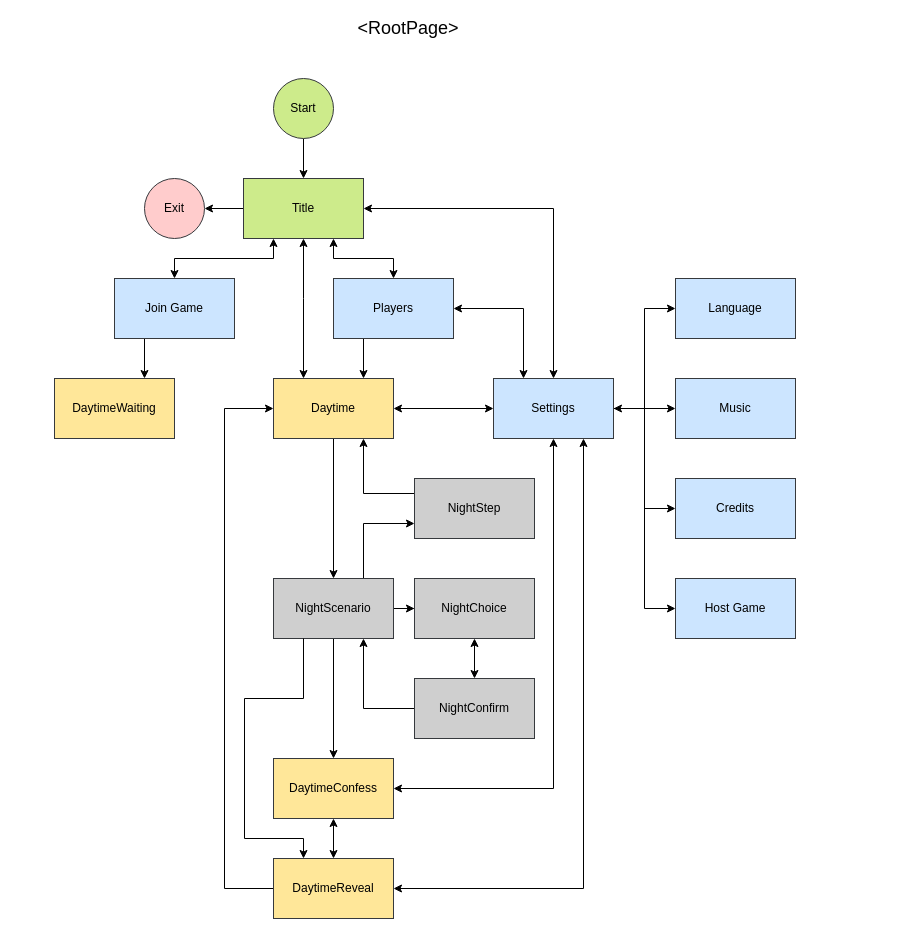
ruittenb/salem-1692 keeps this draw.io diagram as doc/Salem1692Moderator.drawio. Above is the earlier version. Source tidied: cells renumbered, new cells numbered last; positions are measured from the earlier drawing's top-left corner, leaving out a move shared by most shapes. Both pictures are drawn from the tidied source at 100%, with x=0, y=0 at pixel (54, 18).
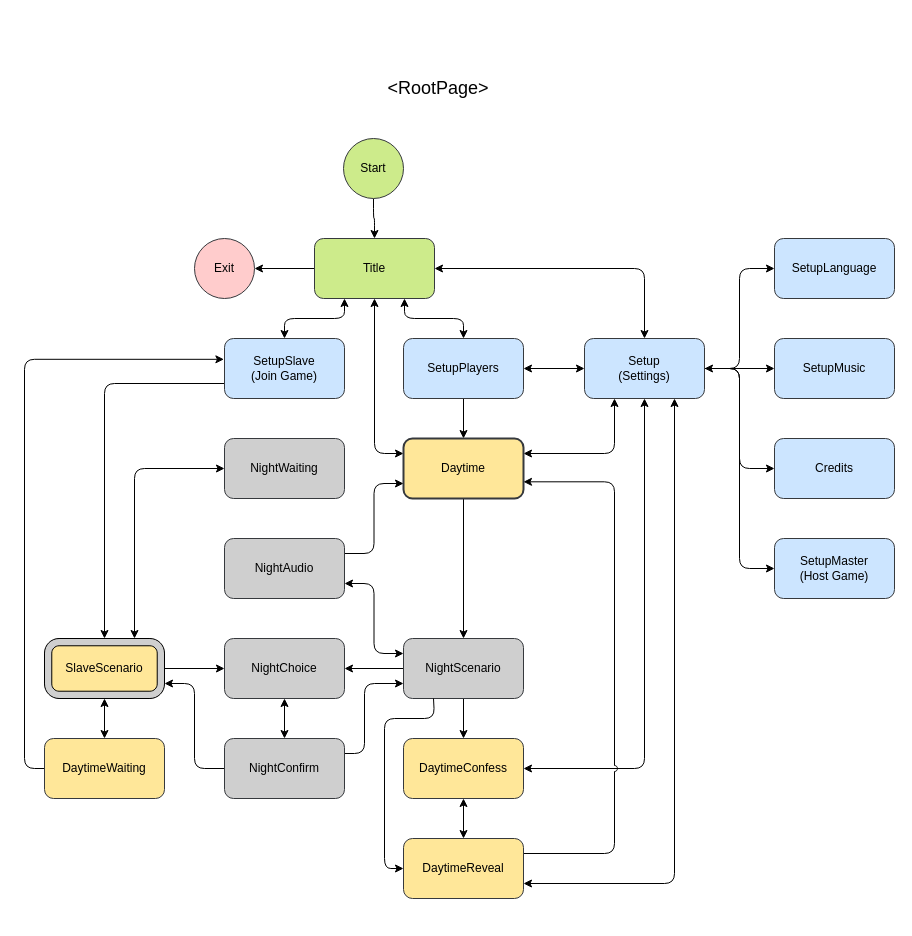
The same page after the edit.

Commit message (it also covers changes not shown here):
Updated page diagram

Change to the diagram source:
```diff
@@
-    <mxCell id="2" style="edgeStyle=orthogonalEdgeStyle;rounded=0;jettySize=auto;html=1;startArrow=classic;startFill=1;" parent="1" edge="1" source="7" target="13">
+    <mxCell id="2" style="edgeStyle=orthogonalEdgeStyle;jettySize=auto;html=1;startArrow=classic;startFill=1;" parent="1" edge="1" source="7" target="13">
       <mxGeometry relative="1" as="geometry" />
     </mxCell>
-    <mxCell id="3" style="edgeStyle=orthogonalEdgeStyle;rounded=0;jettySize=auto;html=1;" parent="1" edge="1" source="7" target="14">
+    <mxCell id="3" style="edgeStyle=orthogonalEdgeStyle;jettySize=auto;html=1;" parent="1" edge="1" source="7" target="14">
       <mxGeometry relative="1" as="geometry" />
     </mxCell>
-    <mxCell id="4" style="edgeStyle=orthogonalEdgeStyle;rounded=0;jettySize=auto;html=1;exitX=0.5;exitY=1;exitDx=0;exitDy=0;entryX=0.25;entryY=0;entryDx=0;entryDy=0;startArrow=classic;startFill=1;" parent="1" edge="1" source="7" target="25">
-      <mxGeometry relative="1" as="geometry">
-        <Array as="points">
-          <mxPoint x="249" y="280" />
-          <mxPoint x="249" y="280" />
-        </Array>
-      </mxGeometry>
-    </mxCell>
-    <mxCell id="5" style="edgeStyle=orthogonalEdgeStyle;rounded=0;jettySize=auto;html=1;entryX=0.5;entryY=0;entryDx=0;entryDy=0;exitX=0.75;exitY=1;exitDx=0;exitDy=0;startArrow=classic;startFill=1;" parent="1" edge="1" source="7" target="18">
+    <mxCell id="5" style="edgeStyle=orthogonalEdgeStyle;jettySize=auto;html=1;entryX=0.5;entryY=0;entryDx=0;entryDy=0;exitX=0.75;exitY=1;exitDx=0;exitDy=0;startArrow=classic;startFill=1;" parent="1" edge="1" source="7" target="18">
       <mxGeometry relative="1" as="geometry" />
     </mxCell>
-    <mxCell id="6" style="edgeStyle=orthogonalEdgeStyle;rounded=0;jettySize=auto;html=1;exitX=0.25;exitY=1;exitDx=0;exitDy=0;entryX=0.5;entryY=0;entryDx=0;entryDy=0;startArrow=classic;startFill=1;" parent="1" edge="1" source="7" target="44">
+    <mxCell id="6" style="edgeStyle=orthogonalEdgeStyle;jettySize=auto;html=1;exitX=0.25;exitY=1;exitDx=0;exitDy=0;entryX=0.5;entryY=0;entryDx=0;entryDy=0;startArrow=classic;startFill=1;" parent="1" edge="1" source="7" target="44">
       <mxGeometry relative="1" as="geometry" />
     </mxCell>
+    <mxCell id="4" style="edgeStyle=orthogonalEdgeStyle;comic=0;jumpStyle=arc;jettySize=auto;html=1;entryX=0;entryY=0.25;entryDx=0;entryDy=0;exitX=0.5;exitY=1;exitDx=0;exitDy=0;startArrow=classic;startFill=1;" parent="1" edge="1" source="7" target="25">
+      <mxGeometry relative="1" as="geometry" />
+    </mxCell>
-    <mxCell id="7" value="Title" style="rounded=0;whiteSpace=wrap;html=1;fillColor=#cdeb8b;strokeColor=#36393d;" parent="1" vertex="1">
-      <mxGeometry x="189" y="160" width="120" height="60" as="geometry" />
+    <mxCell id="7" value="Title" style="whiteSpace=wrap;html=1;fillColor=#cdeb8b;strokeColor=#36393d;rounded=1;" parent="1" vertex="1">
+      <mxGeometry x="260" y="220" width="120" height="60" as="geometry" />
     </mxCell>
-    <mxCell id="8" style="edgeStyle=orthogonalEdgeStyle;rounded=0;jettySize=auto;html=1;entryX=1;entryY=0.5;entryDx=0;entryDy=0;exitX=0.25;exitY=0;exitDx=0;exitDy=0;startArrow=classic;startFill=1;" parent="1" edge="1" source="13" target="18">
+    <mxCell id="8" style="edgeStyle=orthogonalEdgeStyle;jettySize=auto;html=1;entryX=1;entryY=0.5;entryDx=0;entryDy=0;exitX=0;exitY=0.5;exitDx=0;exitDy=0;startArrow=classic;startFill=1;" parent="1" edge="1" source="13" target="18">
       <mxGeometry relative="1" as="geometry" />
     </mxCell>
-    <mxCell id="9" style="edgeStyle=orthogonalEdgeStyle;rounded=0;jettySize=auto;html=1;entryX=0;entryY=0.5;entryDx=0;entryDy=0;" parent="1" edge="1" source="13" target="19">
+    <mxCell id="9" style="edgeStyle=orthogonalEdgeStyle;jettySize=auto;html=1;entryX=0;entryY=0.5;entryDx=0;entryDy=0;" parent="1" edge="1" source="13" target="19">
       <mxGeometry relative="1" as="geometry" />
     </mxCell>
-    <mxCell id="10" style="edgeStyle=orthogonalEdgeStyle;rounded=0;jettySize=auto;html=1;startArrow=classic;startFill=1;" parent="1" edge="1" source="13" target="20">
+    <mxCell id="10" style="edgeStyle=orthogonalEdgeStyle;jettySize=auto;html=1;startArrow=classic;startFill=1;" parent="1" edge="1" source="13" target="20">
       <mxGeometry relative="1" as="geometry" />
     </mxCell>
-    <mxCell id="11" style="edgeStyle=orthogonalEdgeStyle;rounded=0;jettySize=auto;html=1;entryX=0;entryY=0.5;entryDx=0;entryDy=0;" parent="1" edge="1" source="13" target="21">
+    <mxCell id="11" style="edgeStyle=orthogonalEdgeStyle;jettySize=auto;html=1;entryX=0;entryY=0.5;entryDx=0;entryDy=0;" parent="1" edge="1" source="13" target="21">
       <mxGeometry relative="1" as="geometry" />
     </mxCell>
-    <mxCell id="12" style="edgeStyle=orthogonalEdgeStyle;rounded=0;jettySize=auto;html=1;entryX=0;entryY=0.5;entryDx=0;entryDy=0;" parent="1" edge="1" source="13" target="22">
+    <mxCell id="12" style="edgeStyle=orthogonalEdgeStyle;jettySize=auto;html=1;entryX=0;entryY=0.5;entryDx=0;entryDy=0;" parent="1" edge="1" source="13" target="22">
       <mxGeometry relative="1" as="geometry" />
     </mxCell>
-    <mxCell id="13" value="Settings" style="rounded=0;whiteSpace=wrap;html=1;fillColor=#cce5ff;strokeColor=#36393d;" parent="1" vertex="1">
-      <mxGeometry x="439" y="360" width="120" height="60" as="geometry" />
+    <mxCell id="13" value="Setup&lt;br&gt;(Settings)" style="whiteSpace=wrap;html=1;fillColor=#cce5ff;strokeColor=#36393d;rounded=1;" parent="1" vertex="1">
+      <mxGeometry x="530" y="320" width="120" height="60" as="geometry" />
     </mxCell>
-    <mxCell id="14" value="Exit" style="ellipse;whiteSpace=wrap;html=1;rounded=0;fillColor=#ffcccc;strokeColor=#36393d;" parent="1" vertex="1">
-      <mxGeometry x="90" y="160" width="60" height="60" as="geometry" />
+    <mxCell id="14" value="Exit" style="ellipse;whiteSpace=wrap;html=1;fillColor=#ffcccc;strokeColor=#36393d;rounded=1;" parent="1" vertex="1">
+      <mxGeometry x="140" y="220" width="60" height="60" as="geometry" />
     </mxCell>
-    <mxCell id="15" style="edgeStyle=orthogonalEdgeStyle;rounded=0;jettySize=auto;html=1;" parent="1" edge="1" source="16" target="7">
+    <mxCell id="15" style="edgeStyle=orthogonalEdgeStyle;jettySize=auto;html=1;" parent="1" edge="1" source="16" target="7">
       <mxGeometry relative="1" as="geometry" />
     </mxCell>
-    <mxCell id="16" value="Start" style="ellipse;whiteSpace=wrap;html=1;rounded=0;fillColor=#cdeb8b;strokeColor=#36393d;" parent="1" vertex="1">
-      <mxGeometry x="219" y="60" width="60" height="60" as="geometry" />
+    <mxCell id="16" value="Start" style="ellipse;whiteSpace=wrap;html=1;fillColor=#cdeb8b;strokeColor=#36393d;rounded=1;" parent="1" vertex="1">
+      <mxGeometry x="289" y="120" width="60" height="60" as="geometry" />
     </mxCell>
-    <mxCell id="17" style="edgeStyle=orthogonalEdgeStyle;rounded=0;jettySize=auto;html=1;entryX=0.75;entryY=0;entryDx=0;entryDy=0;exitX=0.25;exitY=1;exitDx=0;exitDy=0;" parent="1" edge="1" source="18" target="25">
+    <mxCell id="17" style="jettySize=auto;html=1;entryX=0.5;entryY=0;entryDx=0;entryDy=0;exitX=0.5;exitY=1;exitDx=0;exitDy=0;edgeStyle=orthogonalEdgeStyle;" parent="1" edge="1" source="18" target="25">
       <mxGeometry relative="1" as="geometry" />
     </mxCell>
-    <mxCell id="18" value="Players" style="rounded=0;whiteSpace=wrap;html=1;fillColor=#cce5ff;strokeColor=#36393d;" parent="1" vertex="1">
-      <mxGeometry x="279" y="260" width="120" height="60" as="geometry" />
+    <mxCell id="18" value="SetupPlayers" style="whiteSpace=wrap;html=1;fillColor=#cce5ff;strokeColor=#36393d;rounded=1;" parent="1" vertex="1">
+      <mxGeometry x="349" y="320" width="120" height="60" as="geometry" />
     </mxCell>
-    <mxCell id="19" value="Language" style="rounded=0;whiteSpace=wrap;html=1;fillColor=#cce5ff;strokeColor=#36393d;" parent="1" vertex="1">
-      <mxGeometry x="621" y="260" width="120" height="60" as="geometry" />
+    <mxCell id="19" value="SetupLanguage" style="whiteSpace=wrap;html=1;fillColor=#cce5ff;strokeColor=#36393d;rounded=1;" parent="1" vertex="1">
+      <mxGeometry x="720" y="220" width="120" height="60" as="geometry" />
     </mxCell>
-    <mxCell id="20" value="Music" style="rounded=0;whiteSpace=wrap;html=1;fillColor=#cce5ff;strokeColor=#36393d;" parent="1" vertex="1">
-      <mxGeometry x="621" y="360" width="120" height="60" as="geometry" />
+    <mxCell id="20" value="SetupMusic" style="whiteSpace=wrap;html=1;fillColor=#cce5ff;strokeColor=#36393d;rounded=1;" parent="1" vertex="1">
+      <mxGeometry x="720" y="320" width="120" height="60" as="geometry" />
     </mxCell>
-    <mxCell id="21" value="Credits" style="rounded=0;whiteSpace=wrap;html=1;fillColor=#cce5ff;strokeColor=#36393d;" parent="1" vertex="1">
-      <mxGeometry x="621" y="460" width="120" height="60" as="geometry" />
+    <mxCell id="21" value="Credits" style="whiteSpace=wrap;html=1;fillColor=#cce5ff;strokeColor=#36393d;rounded=1;" parent="1" vertex="1">
+      <mxGeometry x="720" y="420" width="120" height="60" as="geometry" />
     </mxCell>
-    <mxCell id="22" value="Host Game" style="rounded=0;whiteSpace=wrap;html=1;fillColor=#cce5ff;strokeColor=#36393d;" parent="1" vertex="1">
-      <mxGeometry x="621" y="560" width="120" height="60" as="geometry" />
+    <mxCell id="22" value="SetupMaster&lt;br&gt;(Host Game)" style="whiteSpace=wrap;html=1;fillColor=#cce5ff;strokeColor=#36393d;rounded=1;" parent="1" vertex="1">
+      <mxGeometry x="720" y="520" width="120" height="60" as="geometry" />
     </mxCell>
-    <mxCell id="23" style="edgeStyle=orthogonalEdgeStyle;rounded=0;jettySize=auto;html=1;entryX=0;entryY=0.5;entryDx=0;entryDy=0;startArrow=classic;startFill=1;" parent="1" edge="1" source="25" target="13">
+    <mxCell id="23" style="edgeStyle=orthogonalEdgeStyle;jettySize=auto;html=1;entryX=0.25;entryY=1;entryDx=0;entryDy=0;startArrow=classic;startFill=1;exitX=1;exitY=0.25;exitDx=0;exitDy=0;" parent="1" edge="1" source="25" target="13">
       <mxGeometry relative="1" as="geometry" />
     </mxCell>
-    <mxCell id="24" style="edgeStyle=orthogonalEdgeStyle;rounded=0;jettySize=auto;html=1;startArrow=none;startFill=0;" parent="1" edge="1" source="25" target="31">
+    <mxCell id="24" style="edgeStyle=orthogonalEdgeStyle;jettySize=auto;html=1;startArrow=none;startFill=0;" parent="1" edge="1" source="25" target="31">
       <mxGeometry relative="1" as="geometry" />
     </mxCell>
-    <mxCell id="25" value="Daytime" style="rounded=0;whiteSpace=wrap;html=1;strokeColor=#36393d;fillColor=#FFE799;" parent="1" vertex="1">
-      <mxGeometry x="219" y="360" width="120" height="60" as="geometry" />
+    <mxCell id="25" value="Daytime" style="whiteSpace=wrap;html=1;strokeColor=#36393d;fillColor=#FFE799;strokeWidth=2;perimeterSpacing=0;rounded=1;" parent="1" vertex="1">
+      <mxGeometry x="349" y="420" width="120" height="60" as="geometry" />
     </mxCell>
-    <mxCell id="26" value="&amp;lt;RootPage&amp;gt;" style="text;html=1;strokeColor=none;fillColor=none;align=center;verticalAlign=middle;whiteSpace=wrap;rounded=0;fontSize=18;" parent="1" vertex="1">
-      <mxGeometry x="334" width="40" height="20" as="geometry" />
+    <mxCell id="26" value="&amp;lt;RootPage&amp;gt;" style="text;html=1;strokeColor=none;fillColor=none;align=center;verticalAlign=middle;whiteSpace=wrap;fontSize=18;rounded=1;" parent="1" vertex="1">
+      <mxGeometry x="364" y="60" width="40" height="20" as="geometry" />
     </mxCell>
-    <mxCell id="27" style="edgeStyle=orthogonalEdgeStyle;rounded=0;jettySize=auto;html=1;startArrow=none;startFill=0;" parent="1" edge="1" source="31" target="39">
+    <mxCell id="27" style="edgeStyle=orthogonalEdgeStyle;jettySize=auto;html=1;startArrow=none;startFill=0;" parent="1" edge="1" source="31" target="39">
       <mxGeometry relative="1" as="geometry" />
     </mxCell>
-    <mxCell id="28" style="edgeStyle=orthogonalEdgeStyle;rounded=0;jettySize=auto;html=1;exitX=0.75;exitY=0;exitDx=0;exitDy=0;entryX=0;entryY=0.75;entryDx=0;entryDy=0;startArrow=none;startFill=0;" parent="1" edge="1" source="31" target="34">
-      <mxGeometry relative="1" as="geometry" />
-    </mxCell>
-    <mxCell id="29" style="edgeStyle=orthogonalEdgeStyle;rounded=0;jettySize=auto;html=1;exitX=0.75;exitY=1;exitDx=0;exitDy=0;entryX=0;entryY=0.5;entryDx=0;entryDy=0;startArrow=classic;startFill=1;endArrow=none;endFill=0;" parent="1" edge="1" source="31" target="45">
-      <mxGeometry relative="1" as="geometry" />
-    </mxCell>
-    <mxCell id="30" style="edgeStyle=orthogonalEdgeStyle;rounded=0;jettySize=auto;html=1;entryX=0;entryY=0.5;entryDx=0;entryDy=0;startArrow=none;startFill=0;" parent="1" edge="1" source="31" target="36">
+    <mxCell id="30" style="edgeStyle=orthogonalEdgeStyle;jettySize=auto;html=1;entryX=1;entryY=0.5;entryDx=0;entryDy=0;startArrow=none;startFill=0;jumpStyle=arc;exitX=0;exitY=0.5;exitDx=0;exitDy=0;" parent="1" edge="1" source="31" target="36">
       <mxGeometry relative="1" as="geometry" />
     </mxCell>
-    <mxCell id="31" value="NightScenario" style="rounded=0;whiteSpace=wrap;html=1;strokeColor=#36393d;fillColor=#CFCFCF;" parent="1" vertex="1">
-      <mxGeometry x="219" y="560" width="120" height="60" as="geometry" />
+    <mxCell id="31" value="NightScenario" style="whiteSpace=wrap;html=1;strokeColor=#36393d;fillColor=#CFCFCF;perimeterSpacing=0;rounded=1;" parent="1" vertex="1">
+      <mxGeometry x="349" y="620" width="120" height="60" as="geometry" />
     </mxCell>
-    <mxCell id="32" style="edgeStyle=orthogonalEdgeStyle;rounded=0;jettySize=auto;html=1;exitX=0.25;exitY=1;exitDx=0;exitDy=0;entryX=0.25;entryY=0;entryDx=0;entryDy=0;" parent="1" edge="1" source="31" target="42">
+    <mxCell id="32" style="edgeStyle=orthogonalEdgeStyle;jettySize=auto;html=1;exitX=0.25;exitY=1;exitDx=0;exitDy=0;jumpStyle=arc;noJump=0;comic=0;entryX=0;entryY=0.5;entryDx=0;entryDy=0;" parent="1" edge="1" source="31" target="42">
       <mxGeometry relative="1" as="geometry">
         <Array as="points">
-          <mxPoint x="249" y="680" />
-          <mxPoint x="190" y="680" />
-          <mxPoint x="190" y="820" />
-          <mxPoint x="249" y="820" />
+          <mxPoint x="380" y="680" />
+          <mxPoint x="380" y="700" />
+          <mxPoint x="330" y="700" />
+          <mxPoint x="330" y="850" />
         </Array>
       </mxGeometry>
     </mxCell>
-    <mxCell id="33" style="edgeStyle=orthogonalEdgeStyle;rounded=0;jettySize=auto;html=1;exitX=0;exitY=0.25;exitDx=0;exitDy=0;entryX=0.75;entryY=1;entryDx=0;entryDy=0;startArrow=none;startFill=0;" parent="1" edge="1" source="34" target="25">
+    <mxCell id="33" style="edgeStyle=orthogonalEdgeStyle;jettySize=auto;html=1;exitX=1;exitY=0.25;exitDx=0;exitDy=0;entryX=0;entryY=0.75;entryDx=0;entryDy=0;startArrow=none;startFill=0;" parent="1" edge="1" source="34" target="25">
       <mxGeometry relative="1" as="geometry" />
     </mxCell>
+    <mxCell id="47" style="edgeStyle=orthogonalEdgeStyle;comic=0;jumpStyle=arc;jettySize=auto;html=1;entryX=0;entryY=0.25;entryDx=0;entryDy=0;startArrow=classic;startFill=1;startSize=6;exitX=1;exitY=0.75;exitDx=0;exitDy=0;" parent="1" edge="1" source="34" target="31">
+      <mxGeometry relative="1" as="geometry" />
+    </mxCell>
-    <mxCell id="34" value="NightStep" style="rounded=0;whiteSpace=wrap;html=1;strokeColor=#36393d;fillColor=#CFCFCF;" parent="1" vertex="1">
-      <mxGeometry x="360" y="460" width="120" height="60" as="geometry" />
+    <mxCell id="34" value="NightAudio" style="whiteSpace=wrap;html=1;strokeColor=#36393d;fillColor=#CFCFCF;rounded=1;" parent="1" vertex="1">
+      <mxGeometry x="170" y="520" width="120" height="60" as="geometry" />
     </mxCell>
-    <mxCell id="35" style="edgeStyle=orthogonalEdgeStyle;rounded=0;jettySize=auto;html=1;startArrow=classic;startFill=1;" parent="1" edge="1" source="36" target="45">
+    <mxCell id="35" style="edgeStyle=orthogonalEdgeStyle;jettySize=auto;html=1;startArrow=classic;startFill=1;" parent="1" edge="1" source="36" target="45">
       <mxGeometry relative="1" as="geometry" />
     </mxCell>
-    <mxCell id="36" value="NightChoice" style="rounded=0;whiteSpace=wrap;html=1;strokeColor=#36393d;fillColor=#CFCFCF;" parent="1" vertex="1">
-      <mxGeometry x="360" y="560" width="120" height="60" as="geometry" />
+    <mxCell id="36" value="NightChoice" style="whiteSpace=wrap;html=1;strokeColor=#36393d;fillColor=#CFCFCF;rounded=1;" parent="1" vertex="1">
+      <mxGeometry x="170" y="620" width="120" height="60" as="geometry" />
     </mxCell>
-    <mxCell id="37" style="edgeStyle=orthogonalEdgeStyle;rounded=0;jettySize=auto;html=1;startArrow=classic;startFill=1;" parent="1" edge="1" source="39" target="42">
+    <mxCell id="37" style="edgeStyle=orthogonalEdgeStyle;jettySize=auto;html=1;startArrow=classic;startFill=1;" parent="1" edge="1" source="39" target="42">
       <mxGeometry relative="1" as="geometry" />
     </mxCell>
-    <mxCell id="38" style="edgeStyle=orthogonalEdgeStyle;rounded=0;jettySize=auto;html=1;startArrow=classic;startFill=1;" parent="1" edge="1" source="39" target="13">
+    <mxCell id="38" style="edgeStyle=orthogonalEdgeStyle;jettySize=auto;html=1;startArrow=classic;startFill=1;jumpStyle=arc;" parent="1" edge="1" source="39" target="13">
       <mxGeometry relative="1" as="geometry" />
     </mxCell>
-    <mxCell id="39" value="DaytimeConfess" style="rounded=0;whiteSpace=wrap;html=1;strokeColor=#36393d;fillColor=#FFE799;" parent="1" vertex="1">
-      <mxGeometry x="219" y="740" width="120" height="60" as="geometry" />
+    <mxCell id="39" value="DaytimeConfess" style="whiteSpace=wrap;html=1;strokeColor=#36393d;fillColor=#FFE799;rounded=1;" parent="1" vertex="1">
+      <mxGeometry x="349" y="720" width="120" height="60" as="geometry" />
     </mxCell>
-    <mxCell id="40" style="edgeStyle=orthogonalEdgeStyle;rounded=0;jettySize=auto;html=1;entryX=0.75;entryY=1;entryDx=0;entryDy=0;startArrow=classic;startFill=1;" parent="1" edge="1" source="42" target="13">
+    <mxCell id="40" style="edgeStyle=orthogonalEdgeStyle;jettySize=auto;html=1;entryX=0.75;entryY=1;entryDx=0;entryDy=0;startArrow=classic;startFill=1;exitX=1;exitY=0.75;exitDx=0;exitDy=0;" parent="1" edge="1" source="42" target="13">
       <mxGeometry relative="1" as="geometry" />
     </mxCell>
-    <mxCell id="41" style="edgeStyle=orthogonalEdgeStyle;rounded=0;jettySize=auto;html=1;entryX=0;entryY=0.5;entryDx=0;entryDy=0;exitX=0;exitY=0.5;exitDx=0;exitDy=0;" parent="1" edge="1" source="42" target="25">
+    <mxCell id="41" style="edgeStyle=orthogonalEdgeStyle;comic=0;jumpStyle=arc;jettySize=auto;html=1;entryX=1;entryY=0.722;entryDx=0;entryDy=0;entryPerimeter=0;exitX=1;exitY=0.25;exitDx=0;exitDy=0;" parent="1" edge="1" source="42" target="25">
       <mxGeometry relative="1" as="geometry">
         <Array as="points">
-          <mxPoint x="170" y="870" />
-          <mxPoint x="170" y="390" />
+          <mxPoint x="560" y="835" />
+          <mxPoint x="560" y="463" />
         </Array>
       </mxGeometry>
     </mxCell>
-    <mxCell id="42" value="DaytimeReveal" style="rounded=0;whiteSpace=wrap;html=1;strokeColor=#36393d;fillColor=#FFE799;" parent="1" vertex="1">
-      <mxGeometry x="219" y="840" width="120" height="60" as="geometry" />
+    <mxCell id="42" value="DaytimeReveal" style="whiteSpace=wrap;html=1;strokeColor=#36393d;fillColor=#FFE799;rounded=1;" parent="1" vertex="1">
+      <mxGeometry x="349" y="820" width="120" height="60" as="geometry" />
     </mxCell>
-    <mxCell id="43" style="edgeStyle=orthogonalEdgeStyle;rounded=0;jettySize=auto;html=1;exitX=0.25;exitY=1;exitDx=0;exitDy=0;entryX=0.75;entryY=0;entryDx=0;entryDy=0;startArrow=none;startFill=0;" parent="1" edge="1" source="44" target="46">
-      <mxGeometry relative="1" as="geometry" />
+    <mxCell id="43" style="edgeStyle=orthogonalEdgeStyle;jettySize=auto;html=1;exitX=0;exitY=0.75;exitDx=0;exitDy=0;startArrow=none;startFill=0;entryX=0.5;entryY=0;entryDx=0;entryDy=0;" parent="1" edge="1" source="44" target="46">
+      <mxGeometry relative="1" as="geometry">
+        <Array as="points">
+          <mxPoint x="50" y="365" />
+        </Array>
+      </mxGeometry>
     </mxCell>
+    <mxCell id="48" style="edgeStyle=orthogonalEdgeStyle;jettySize=auto;html=1;startArrow=classic;startFill=1;exitX=-0.005;exitY=0.347;exitDx=0;exitDy=0;exitPerimeter=0;entryX=0;entryY=0.5;entryDx=0;entryDy=0;endArrow=none;endFill=0;" parent="1" edge="1" source="44" target="53">
+      <mxGeometry relative="1" as="geometry" />
+    </mxCell>
-    <mxCell id="44" value="Join Game" style="rounded=0;whiteSpace=wrap;html=1;fillColor=#cce5ff;strokeColor=#36393d;" parent="1" vertex="1">
-      <mxGeometry x="60" y="260" width="120" height="60" as="geometry" />
+    <mxCell id="44" value="SetupSlave&lt;br&gt;(Join Game)" style="whiteSpace=wrap;html=1;fillColor=#cce5ff;strokeColor=#36393d;rounded=1;" parent="1" vertex="1">
+      <mxGeometry x="170" y="320" width="120" height="60" as="geometry" />
     </mxCell>
+    <mxCell id="49" style="edgeStyle=orthogonalEdgeStyle;comic=0;jumpStyle=arc;jettySize=auto;html=1;entryX=0;entryY=0.75;entryDx=0;entryDy=0;startArrow=none;startFill=0;startSize=6;exitX=1;exitY=0.25;exitDx=0;exitDy=0;" parent="1" edge="1" source="45" target="31">
+      <mxGeometry relative="1" as="geometry">
+        <Array as="points">
+          <mxPoint x="310" y="735" />
+          <mxPoint x="310" y="665" />
+        </Array>
+      </mxGeometry>
+    </mxCell>
+    <mxCell id="50" style="edgeStyle=orthogonalEdgeStyle;comic=0;jumpStyle=arc;jettySize=auto;html=1;entryX=1;entryY=0.75;entryDx=0;entryDy=0;startArrow=none;startFill=0;startSize=6;" parent="1" edge="1" source="45" target="46">
+      <mxGeometry relative="1" as="geometry" />
+    </mxCell>
-    <mxCell id="45" value="NightConfirm" style="rounded=0;whiteSpace=wrap;html=1;strokeColor=#36393d;fillColor=#CFCFCF;" parent="1" vertex="1">
-      <mxGeometry x="360" y="660" width="120" height="60" as="geometry" />
+    <mxCell id="45" value="NightConfirm" style="whiteSpace=wrap;html=1;strokeColor=#36393d;fillColor=#CFCFCF;rounded=1;" parent="1" vertex="1">
+      <mxGeometry x="170" y="720" width="120" height="60" as="geometry" />
     </mxCell>
+    <mxCell id="51" style="edgeStyle=orthogonalEdgeStyle;jettySize=auto;html=1;startArrow=classic;startFill=1;" parent="1" edge="1" source="46" target="53">
+      <mxGeometry relative="1" as="geometry" />
+    </mxCell>
+    <mxCell id="52" style="edgeStyle=orthogonalEdgeStyle;comic=0;jumpStyle=arc;jettySize=auto;html=1;startArrow=none;startFill=0;startSize=6;" parent="1" edge="1" source="46" target="36">
+      <mxGeometry relative="1" as="geometry" />
+    </mxCell>
-    <mxCell id="46" value="DaytimeWaiting" style="rounded=0;whiteSpace=wrap;html=1;strokeColor=#36393d;fillColor=#FFE799;" parent="1" vertex="1">
-      <mxGeometry y="360" width="120" height="60" as="geometry" />
+    <mxCell id="46" value="SlaveScenario" style="whiteSpace=wrap;html=1;fillColor=#FFE799;strokeColor=#666666;gradientDirection=north;rounded=1;arcSize=26;" parent="1" vertex="1">
+      <mxGeometry x="-10" y="620" width="120" height="60" as="geometry" />
     </mxCell>
+    <mxCell id="53" value="DaytimeWaiting" style="whiteSpace=wrap;html=1;strokeColor=#36393d;fillColor=#FFE799;rounded=1;" parent="1" vertex="1">
+      <mxGeometry x="-10" y="720" width="120" height="60" as="geometry" />
+    </mxCell>
+    <mxCell id="54" style="edgeStyle=orthogonalEdgeStyle;comic=0;jumpStyle=arc;jettySize=auto;html=1;startArrow=classic;startFill=1;startSize=6;exitX=0;exitY=0.5;exitDx=0;exitDy=0;" parent="1" edge="1" source="55">
+      <mxGeometry relative="1" as="geometry">
+        <mxPoint x="80" y="620" as="targetPoint" />
+        <Array as="points">
+          <mxPoint x="80" y="450" />
+        </Array>
+      </mxGeometry>
+    </mxCell>
+    <mxCell id="55" value="NightWaiting" style="whiteSpace=wrap;html=1;strokeColor=#36393d;fillColor=#CFCFCF;rounded=1;" parent="1" vertex="1">
+      <mxGeometry x="170" y="420" width="120" height="60" as="geometry" />
+    </mxCell>
+    <mxCell id="56" style="verticalLabelPosition=bottom;verticalAlign=top;html=1;shape=mxgraph.basic.rounded_frame;dx=7.28;fillColor=#CFCFCF;gradientColor=none;gradientDirection=north;rounded=1;" parent="1" vertex="1">
+      <mxGeometry x="-10" y="620" width="120" height="60" as="geometry" />
+    </mxCell>
```
